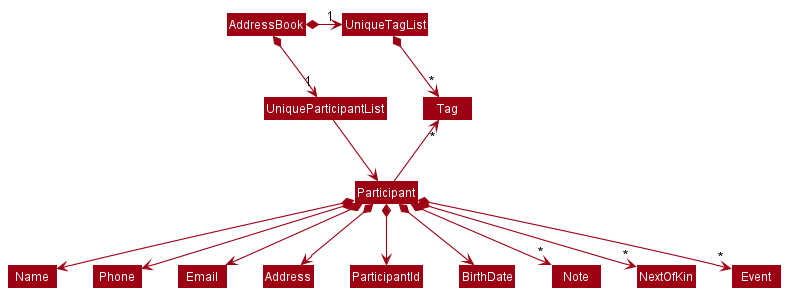
Before: docs/images/BetterModelClassDiagram.png, a diagram exported from PlantUML (nus-cs2103-AY2122S1/tp).
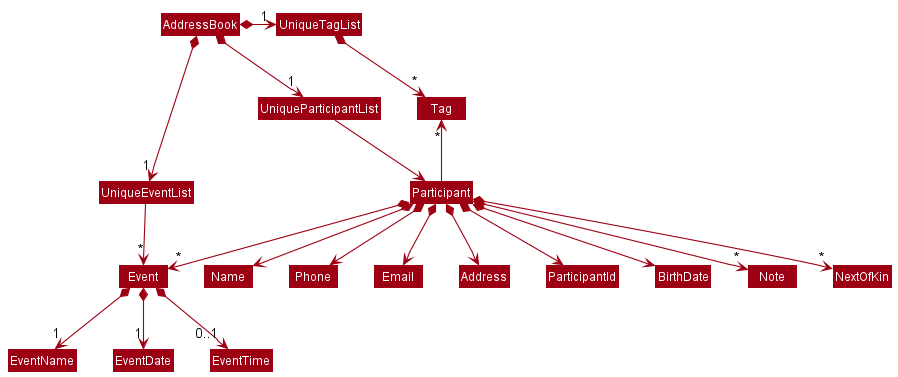
The same file after the commit.

Diff of the diagram source:
```diff
@@ -6,11 +6,13 @@
 
 AddressBook *-right-> "1" UniqueParticipantList
 AddressBook *-right-> "1" UniqueTagList
+AddressBook *-down-> "1" UniqueEventList
 UniqueTagList -[hidden]down- UniqueParticipantList
 UniqueTagList -[hidden]down- UniqueParticipantList
 
 UniqueTagList *-right-> "*" Tag
 UniqueParticipantList -down-> Participant
+UniqueEventList -down-> "*" Event
 
 Participant -up-> "*" Tag
 
@@ -23,4 +25,7 @@
 Participant *--> "*" Note
 Participant *--> "*" NextOfKin
 Participant *--> "*" Event
+Event *--> "1" EventName
+Event *--> "1" EventDate
+Event *--> "0..1" EventTime
 @enduml
```
